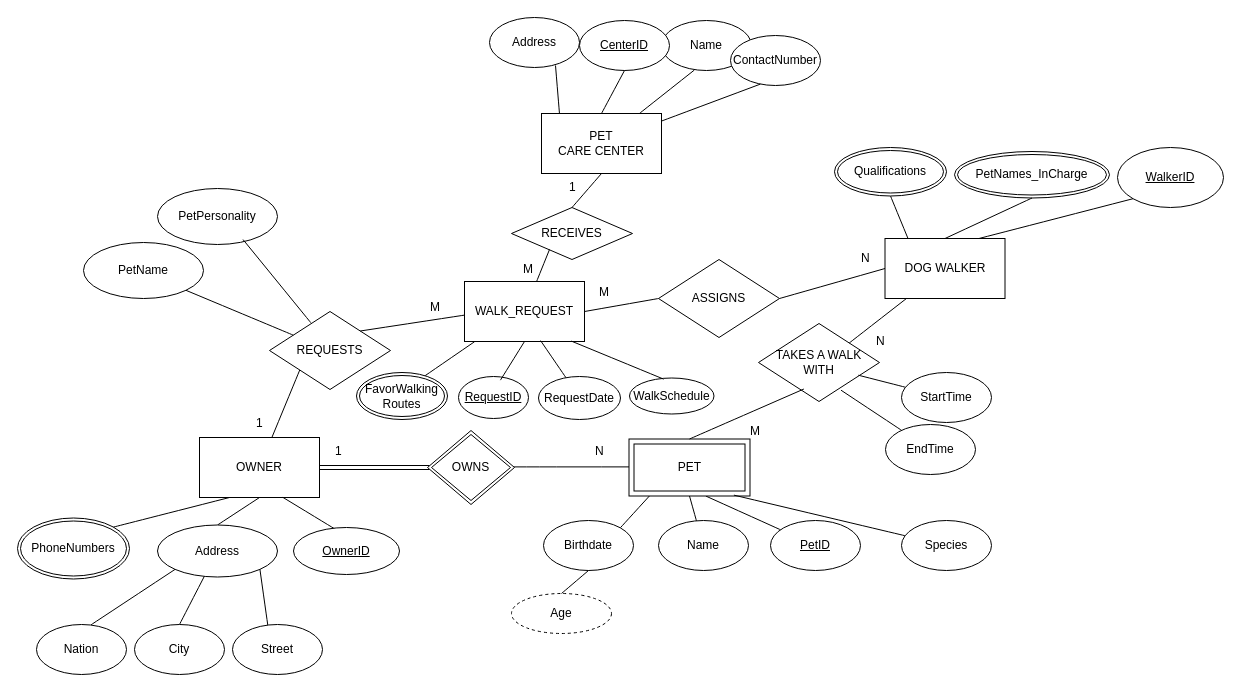
The draw.io diagram page "hw2" (2 of 2) of 제목 없는 다이어그램.drawio in kdm0927/DataBaseSystem, before the edit. Source tidied: cells renumbered, new cells numbered last; positions are measured from the earlier drawing's top-left corner, leaving out a move shared by most shapes. Both pictures are drawn from the tidied source at 100%, with x=0, y=0 at pixel (17, 17).
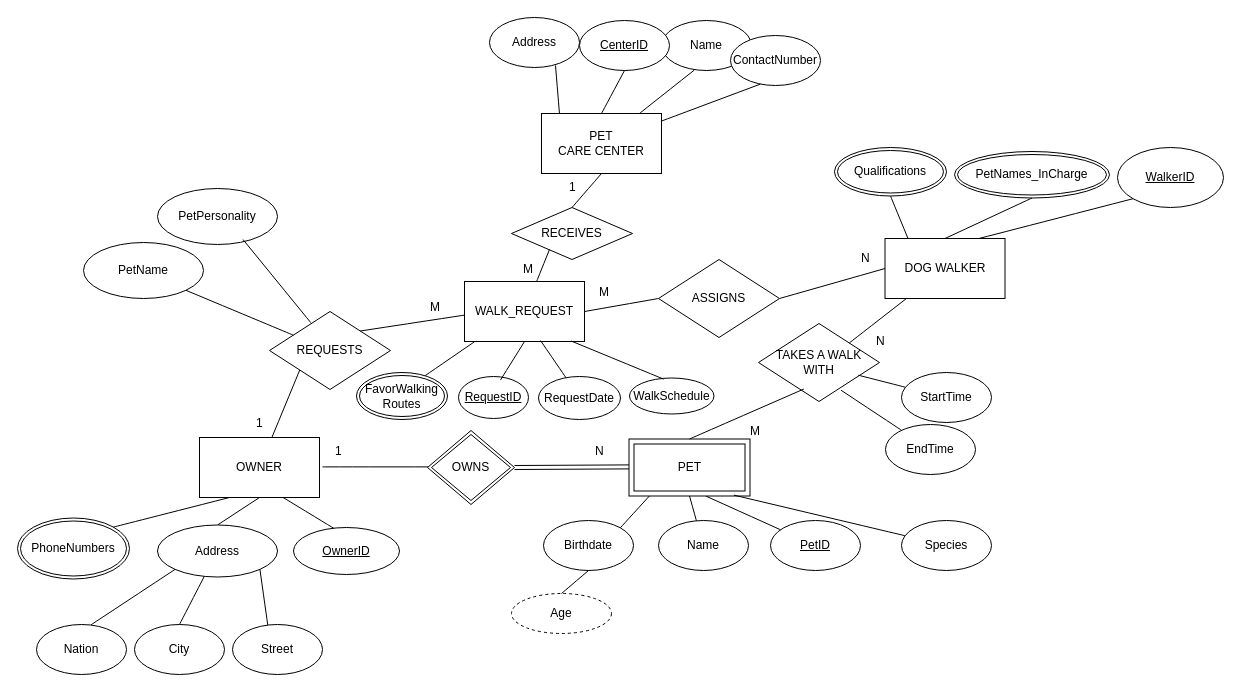
Above is the later version.

Commit message:
제목 없는 다이어그램.drawio 업데이트

Unchanged cells that the change refers to:
```xml
<mxCell id="39" value="OWNS" style="shape=rhombus;double=1;perimeter=rhombusPerimeter;whiteSpace=wrap;html=1;align=center;" parent="1" vertex="1">
  <mxGeometry x="410" y="413" width="87" height="74" as="geometry" />
</mxCell>
```

Change to the diagram source:
```diff
@@
     <mxCell id="3" style="endArrow=none;html=1;rounded=0;fontSize=12;startSize=8;endSize=8;curved=1;entryX=0;entryY=0.5;entryDx=0;entryDy=0;" parent="1" edge="1">
       <mxGeometry relative="1" as="geometry">
-        <mxPoint x="492" y="449.4" as="sourcePoint" />
-        <mxPoint x="612" y="449.4" as="targetPoint" />
+        <mxPoint x="305" y="449.4" as="sourcePoint" />
+        <mxPoint x="425" y="449.4" as="targetPoint" />
       </mxGeometry>
     </mxCell>
-    <mxCell id="4" style="shape=link;html=1;rounded=0;fontSize=12;startSize=8;endSize=8;curved=1;entryX=0;entryY=0.5;entryDx=0;entryDy=0;" parent="1" edge="1">
+    <mxCell id="4" style="shape=link;html=1;rounded=0;fontSize=12;startSize=8;endSize=8;curved=1;entryX=0;entryY=0.5;entryDx=0;entryDy=0;exitX=1;exitY=0.5;exitDx=0;exitDy=0;" parent="1" edge="1" source="39">
       <mxGeometry relative="1" as="geometry">
-        <mxPoint x="302" y="450" as="sourcePoint" />
-        <mxPoint x="412" y="450" as="targetPoint" />
+        <mxPoint x="612" y="449.4" as="targetPoint" />
       </mxGeometry>
     </mxCell>
```
